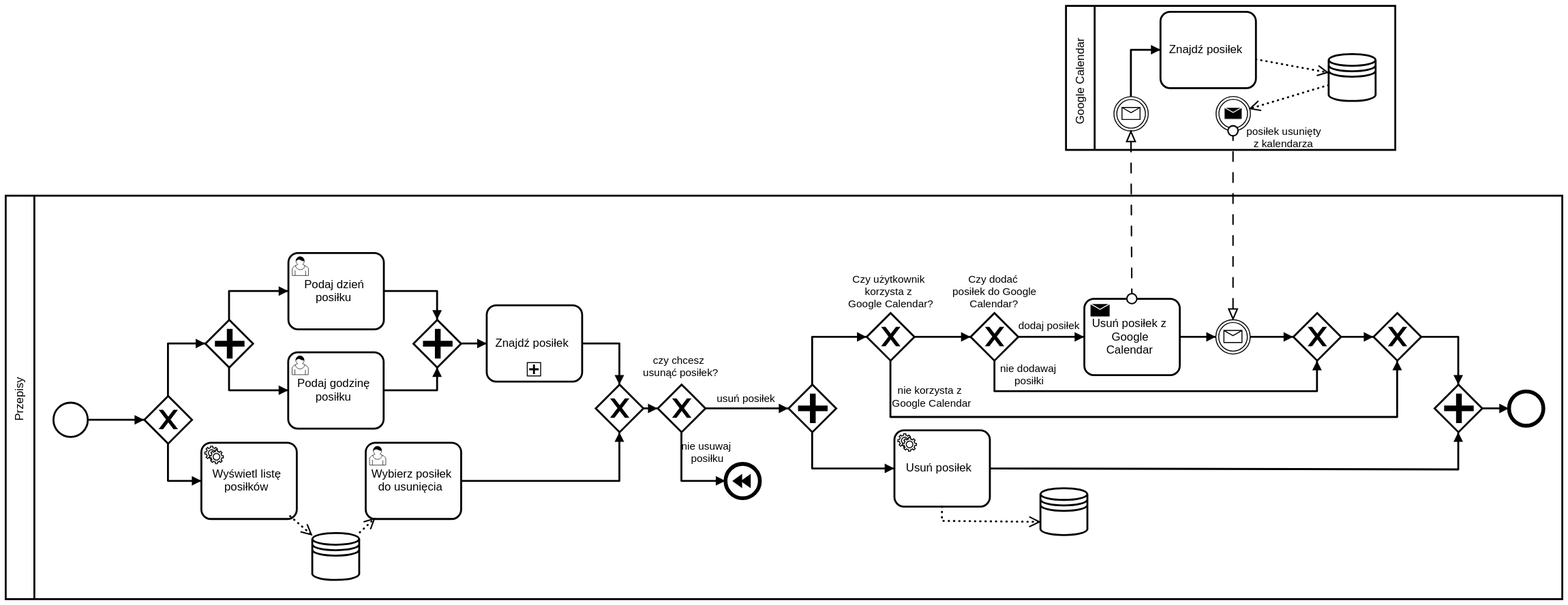
The BPMN diagram doc/diagramy/usunięcie_posiłku.svg in SebastianLasisz/Przepisy, before a commit. Its source is kept beside it as doc/diagramy/usunięcie_posiłku.bpmn. Ids are renumbered.
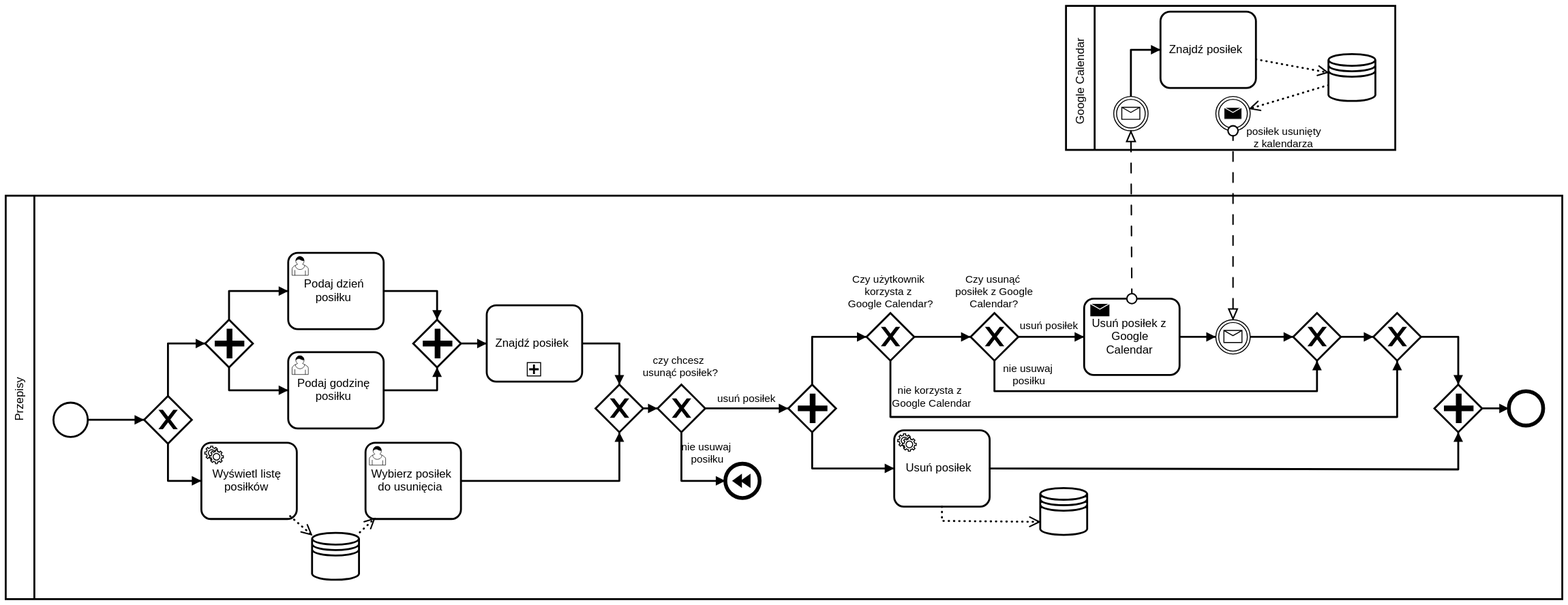
After the commit.

The edit, as a diff of the source:
```diff
@@ -104,7 +104,7 @@
     <bpmn:sequenceFlow id="SequenceFlow_n53" sourceRef="IntermediateCatchEvent_n7" targetRef="ExclusiveGateway_n54" />
     <bpmn:sequenceFlow id="SequenceFlow_n55" sourceRef="ExclusiveGateway_n16" targetRef="ParallelGateway_n13" />
     <bpmn:sequenceFlow id="SequenceFlow_n56" sourceRef="ParallelGateway_n13" targetRef="EndEvent_n57" />
-    <bpmn:exclusiveGateway id="ExclusiveGateway_n18" name="Czy dodać posiłek do Google Calendar?">
+    <bpmn:exclusiveGateway id="ExclusiveGateway_n18" name="Czy usunąć posiłek z Google Calendar?">
       <bpmn:incoming>SequenceFlow_n17</bpmn:incoming>
       <bpmn:outgoing>SequenceFlow_n58</bpmn:outgoing>
       <bpmn:outgoing>SequenceFlow_n59</bpmn:outgoing>
@@ -113,8 +113,8 @@
       <bpmn:incoming>SequenceFlow_n59</bpmn:incoming>
       <bpmn:outgoing>SequenceFlow_n52</bpmn:outgoing>
     </bpmn:sendTask>
-    <bpmn:sequenceFlow id="SequenceFlow_n58" name="nie dodawaj posiłki" sourceRef="ExclusiveGateway_n18" targetRef="ExclusiveGateway_n54" />
-    <bpmn:sequenceFlow id="SequenceFlow_n59" name="dodaj posiłek" sourceRef="ExclusiveGateway_n18" targetRef="SendTask_n9" />
+    <bpmn:sequenceFlow id="SequenceFlow_n58" name="nie usuwaj posiłku" sourceRef="ExclusiveGateway_n18" targetRef="ExclusiveGateway_n54" />
+    <bpmn:sequenceFlow id="SequenceFlow_n59" name="usuń posiłek" sourceRef="ExclusiveGateway_n18" targetRef="SendTask_n9" />
     <bpmn:sequenceFlow id="SequenceFlow_n60" sourceRef="ExclusiveGateway_n54" targetRef="ExclusiveGateway_n16" />
     <bpmn:intermediateCatchEvent id="IntermediateCatchEvent_n7">
       <bpmn:incoming>SequenceFlow_n52</bpmn:incoming>
```
